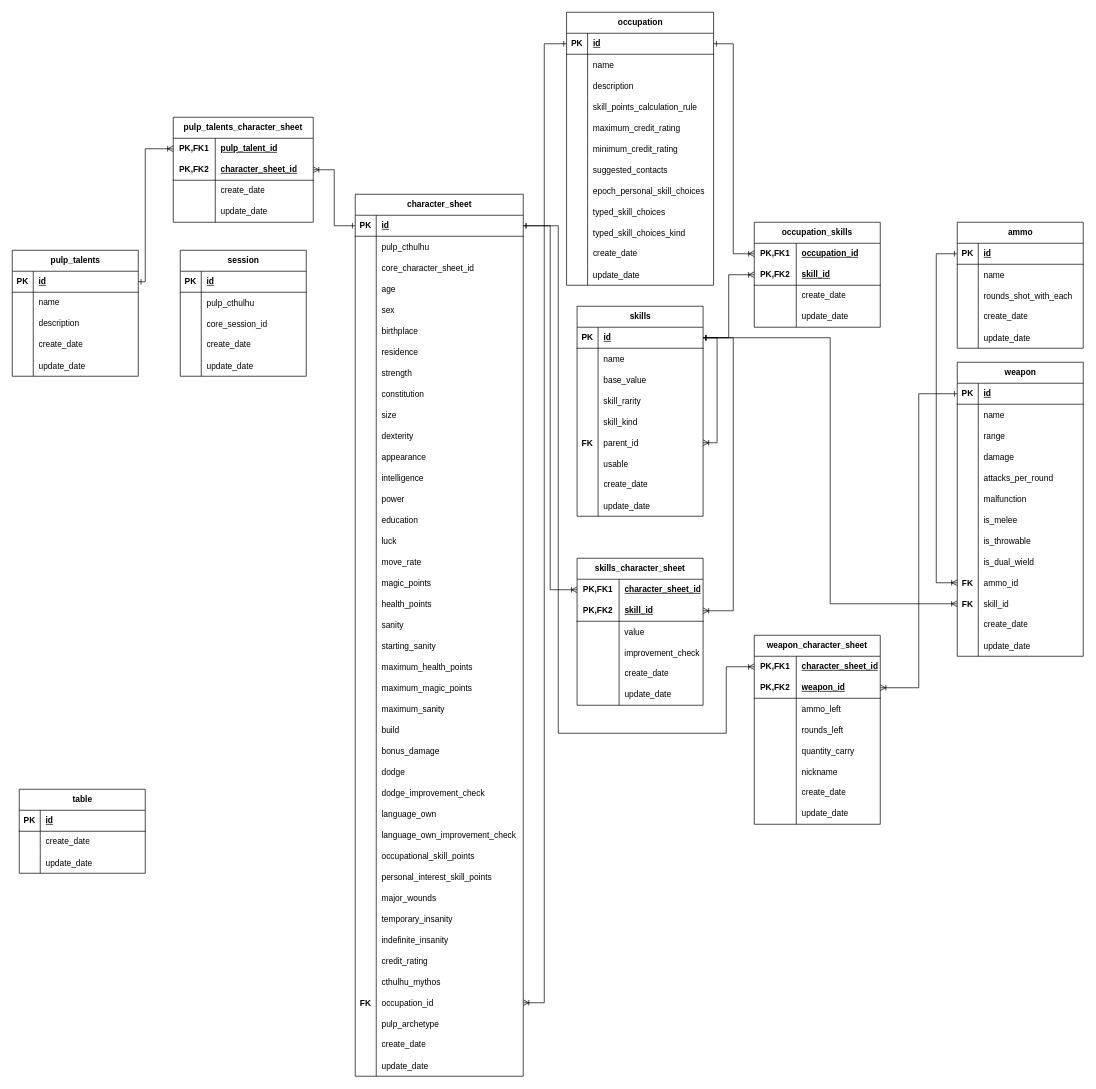
This is page "RPGTracker - Call of Cthulhu" (2 of 2) of databasemodel.drawio from hannaBanannaOF/hbsites-architecture, a draw.io file, before an edit. Source tidied: cells renumbered, new cells numbered last; positions are measured from the earlier drawing's top-left corner, leaving out a move shared by most shapes. Both pictures are drawn from the tidied source at 70%, with x=0, y=0 at pixel (12, 12).
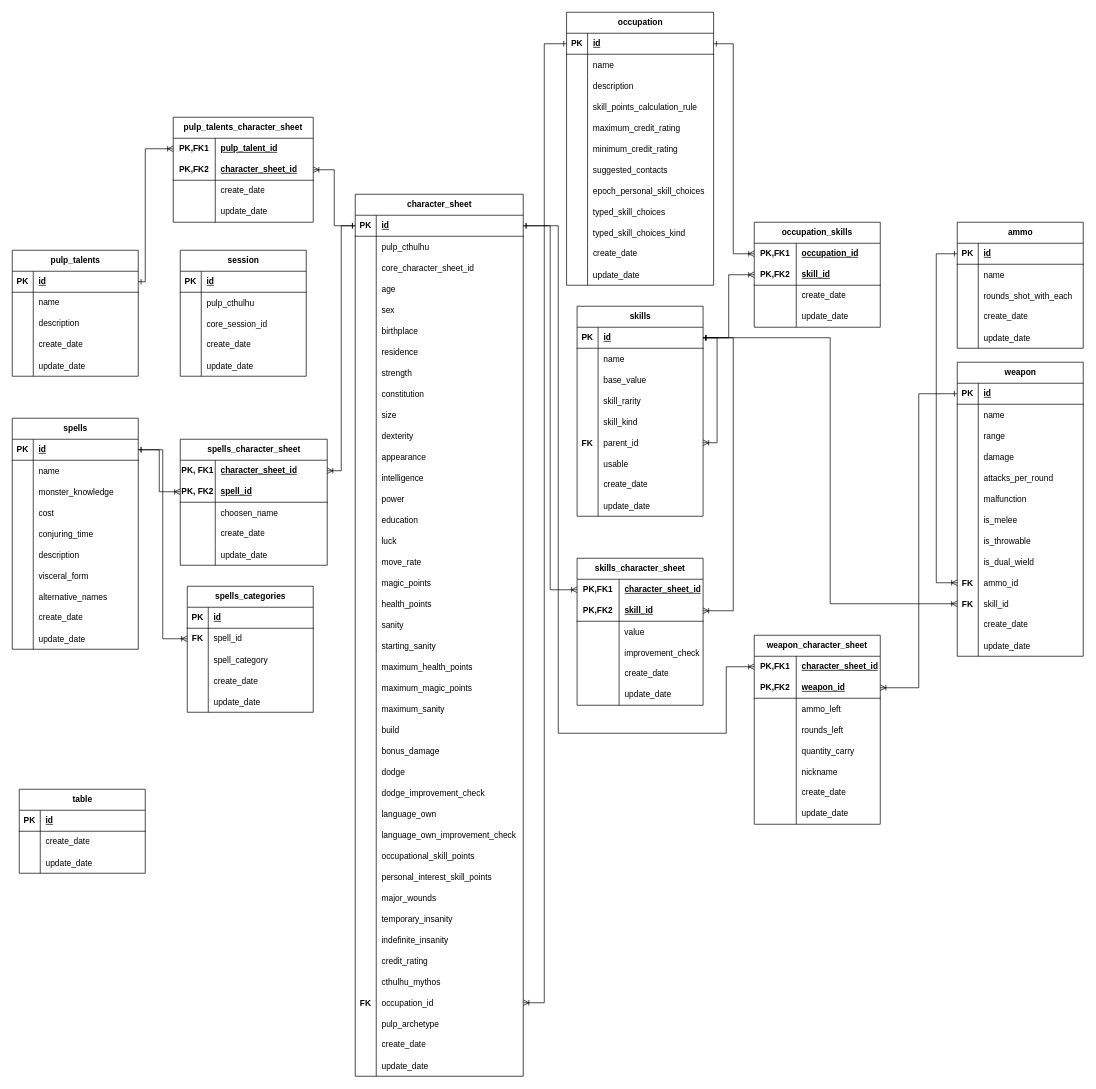
After the change.

The change refers to these unchanged cells:
```xml
<mxCell id="63" style="shape=tableRow;horizontal=0;startSize=0;swimlaneHead=0;swimlaneBody=0;fillColor=none;points=[[0,0.5],[1,0.5]];portConstraint=eastwest;top=0;left=0;right=0;bottom=1;" parent="62" vertex="1">
  <mxGeometry y="30" width="240" height="30" as="geometry" />
</mxCell>
```

The edit, as a diff of the source:
```diff
@@
+    <mxCell id="371" value="spells" style="shape=table;startSize=30;childLayout=tableLayout;rowLines=0;fontStyle=1;align=center;html=1;" parent="1" vertex="1">
+      <mxGeometry y="580" width="180" height="330" as="geometry" />
+    </mxCell>
+    <mxCell id="372" style="shape=tableRow;horizontal=0;startSize=0;swimlaneHead=0;swimlaneBody=0;fillColor=none;points=[[0,0.5],[1,0.5]];portConstraint=eastwest;top=0;left=0;right=0;bottom=1;" parent="371" vertex="1">
+      <mxGeometry y="30" width="180" height="30" as="geometry" />
+    </mxCell>
+    <mxCell id="373" value="PK" style="shape=partialRectangle;fillColor=none;top=0;left=0;bottom=0;right=0;fontStyle=1;overflow=hidden;whiteSpace=wrap;html=1;" parent="372" vertex="1">
+      <mxGeometry width="30" height="30" as="geometry" />
+    </mxCell>
+    <mxCell id="374" value="id" style="shape=partialRectangle;fillColor=none;top=0;left=0;bottom=0;right=0;align=left;spacingLeft=6;fontStyle=5;overflow=hidden;whiteSpace=wrap;html=1;" parent="372" vertex="1">
+      <mxGeometry x="30" width="150" height="30" as="geometry" />
+    </mxCell>
+    <mxCell id="375" style="shape=tableRow;horizontal=0;startSize=0;swimlaneHead=0;swimlaneBody=0;fillColor=none;top=0;left=0;right=0;bottom=0;" parent="371" vertex="1">
+      <mxGeometry y="60" width="180" height="30" as="geometry" />
+    </mxCell>
+    <mxCell id="376" style="shape=partialRectangle;fillColor=none;top=0;left=0;bottom=0;right=0;overflow=hidden;" parent="375" vertex="1">
+      <mxGeometry width="30" height="30" as="geometry" />
+    </mxCell>
+    <mxCell id="377" value="name" style="shape=partialRectangle;fillColor=none;top=0;left=0;bottom=0;right=0;align=left;spacingLeft=6;overflow=hidden;" parent="375" vertex="1">
+      <mxGeometry x="30" width="150" height="30" as="geometry" />
+    </mxCell>
+    <mxCell id="378" style="shape=tableRow;horizontal=0;startSize=0;swimlaneHead=0;swimlaneBody=0;fillColor=none;top=0;left=0;right=0;bottom=0;" parent="371" vertex="1">
+      <mxGeometry y="90" width="180" height="30" as="geometry" />
+    </mxCell>
+    <mxCell id="379" style="shape=partialRectangle;fillColor=none;top=0;left=0;bottom=0;right=0;overflow=hidden;" parent="378" vertex="1">
+      <mxGeometry width="30" height="30" as="geometry" />
+    </mxCell>
+    <mxCell id="380" value="monster_knowledge" style="shape=partialRectangle;fillColor=none;top=0;left=0;bottom=0;right=0;align=left;spacingLeft=6;overflow=hidden;" parent="378" vertex="1">
+      <mxGeometry x="30" width="150" height="30" as="geometry" />
+    </mxCell>
+    <mxCell id="381" style="shape=tableRow;horizontal=0;startSize=0;swimlaneHead=0;swimlaneBody=0;fillColor=none;top=0;left=0;right=0;bottom=0;" parent="371" vertex="1">
+      <mxGeometry y="120" width="180" height="30" as="geometry" />
+    </mxCell>
+    <mxCell id="382" style="shape=partialRectangle;fillColor=none;top=0;left=0;bottom=0;right=0;overflow=hidden;" parent="381" vertex="1">
+      <mxGeometry width="30" height="30" as="geometry" />
+    </mxCell>
+    <mxCell id="383" value="cost" style="shape=partialRectangle;fillColor=none;top=0;left=0;bottom=0;right=0;align=left;spacingLeft=6;overflow=hidden;" parent="381" vertex="1">
+      <mxGeometry x="30" width="150" height="30" as="geometry" />
+    </mxCell>
+    <mxCell id="384" style="shape=tableRow;horizontal=0;startSize=0;swimlaneHead=0;swimlaneBody=0;fillColor=none;top=0;left=0;right=0;bottom=0;" parent="371" vertex="1">
+      <mxGeometry y="150" width="180" height="30" as="geometry" />
+    </mxCell>
+    <mxCell id="385" style="shape=partialRectangle;fillColor=none;top=0;left=0;bottom=0;right=0;overflow=hidden;" parent="384" vertex="1">
+      <mxGeometry width="30" height="30" as="geometry" />
+    </mxCell>
+    <mxCell id="386" value="conjuring_time" style="shape=partialRectangle;fillColor=none;top=0;left=0;bottom=0;right=0;align=left;spacingLeft=6;overflow=hidden;" parent="384" vertex="1">
+      <mxGeometry x="30" width="150" height="30" as="geometry" />
+    </mxCell>
+    <mxCell id="387" style="shape=tableRow;horizontal=0;startSize=0;swimlaneHead=0;swimlaneBody=0;fillColor=none;top=0;left=0;right=0;bottom=0;" parent="371" vertex="1">
+      <mxGeometry y="180" width="180" height="30" as="geometry" />
+    </mxCell>
+    <mxCell id="388" style="shape=partialRectangle;fillColor=none;top=0;left=0;bottom=0;right=0;overflow=hidden;" parent="387" vertex="1">
+      <mxGeometry width="30" height="30" as="geometry" />
+    </mxCell>
+    <mxCell id="389" value="description" style="shape=partialRectangle;fillColor=none;top=0;left=0;bottom=0;right=0;align=left;spacingLeft=6;overflow=hidden;" parent="387" vertex="1">
+      <mxGeometry x="30" width="150" height="30" as="geometry" />
+    </mxCell>
+    <mxCell id="390" style="shape=tableRow;horizontal=0;startSize=0;swimlaneHead=0;swimlaneBody=0;fillColor=none;top=0;left=0;right=0;bottom=0;" parent="371" vertex="1">
+      <mxGeometry y="210" width="180" height="30" as="geometry" />
+    </mxCell>
+    <mxCell id="391" style="shape=partialRectangle;fillColor=none;top=0;left=0;bottom=0;right=0;overflow=hidden;" parent="390" vertex="1">
+      <mxGeometry width="30" height="30" as="geometry" />
+    </mxCell>
+    <mxCell id="392" value="visceral_form" style="shape=partialRectangle;fillColor=none;top=0;left=0;bottom=0;right=0;align=left;spacingLeft=6;overflow=hidden;" parent="390" vertex="1">
+      <mxGeometry x="30" width="150" height="30" as="geometry" />
+    </mxCell>
+    <mxCell id="393" style="shape=tableRow;horizontal=0;startSize=0;swimlaneHead=0;swimlaneBody=0;fillColor=none;top=0;left=0;right=0;bottom=0;" parent="371" vertex="1">
+      <mxGeometry y="240" width="180" height="30" as="geometry" />
+    </mxCell>
+    <mxCell id="394" style="shape=partialRectangle;fillColor=none;top=0;left=0;bottom=0;right=0;overflow=hidden;" parent="393" vertex="1">
+      <mxGeometry width="30" height="30" as="geometry" />
+    </mxCell>
+    <mxCell id="395" value="alternative_names" style="shape=partialRectangle;fillColor=none;top=0;left=0;bottom=0;right=0;align=left;spacingLeft=6;overflow=hidden;" parent="393" vertex="1">
+      <mxGeometry x="30" width="150" height="30" as="geometry" />
+    </mxCell>
+    <mxCell id="396" style="shape=tableRow;horizontal=0;startSize=0;swimlaneHead=0;swimlaneBody=0;fillColor=none;top=0;left=0;right=0;bottom=0;" parent="371" vertex="1">
+      <mxGeometry y="270" width="180" height="30" as="geometry" />
+    </mxCell>
+    <mxCell id="397" style="shape=partialRectangle;fillColor=none;top=0;left=0;bottom=0;right=0;overflow=hidden;whiteSpace=wrap;html=1;" parent="396" vertex="1">
+      <mxGeometry width="30" height="30" as="geometry" />
+    </mxCell>
+    <mxCell id="398" value="create_date" style="shape=partialRectangle;fillColor=none;top=0;left=0;bottom=0;right=0;align=left;spacingLeft=6;overflow=hidden;whiteSpace=wrap;html=1;" parent="396" vertex="1">
+      <mxGeometry x="30" width="150" height="30" as="geometry" />
+    </mxCell>
+    <mxCell id="399" style="shape=tableRow;horizontal=0;startSize=0;swimlaneHead=0;swimlaneBody=0;fillColor=none;top=0;left=0;right=0;bottom=0;" parent="371" vertex="1">
+      <mxGeometry y="300" width="180" height="30" as="geometry" />
+    </mxCell>
+    <mxCell id="400" style="shape=partialRectangle;fillColor=none;top=0;left=0;bottom=0;right=0;overflow=hidden;" parent="399" vertex="1">
+      <mxGeometry width="30" height="30" as="geometry" />
+    </mxCell>
+    <mxCell id="401" value="update_date" style="shape=partialRectangle;fillColor=none;top=0;left=0;bottom=0;right=0;align=left;spacingLeft=6;overflow=hidden;" parent="399" vertex="1">
+      <mxGeometry x="30" width="150" height="30" as="geometry" />
+    </mxCell>
+    <mxCell id="402" value="spells_categories" style="shape=table;startSize=30;childLayout=tableLayout;rowLines=0;fontStyle=1;align=center;html=1;" parent="1" vertex="1">
+      <mxGeometry x="250" y="820" width="180" height="180" as="geometry" />
+    </mxCell>
+    <mxCell id="403" style="shape=tableRow;horizontal=0;startSize=0;swimlaneHead=0;swimlaneBody=0;fillColor=none;top=0;left=0;right=0;bottom=1;" parent="402" vertex="1">
+      <mxGeometry y="30" width="180" height="30" as="geometry" />
+    </mxCell>
+    <mxCell id="404" value="PK" style="shape=partialRectangle;fillColor=none;top=0;left=0;bottom=0;right=0;fontStyle=1;overflow=hidden;whiteSpace=wrap;html=1;" parent="403" vertex="1">
+      <mxGeometry width="30" height="30" as="geometry" />
+    </mxCell>
+    <mxCell id="405" value="id" style="shape=partialRectangle;fillColor=none;top=0;left=0;bottom=0;right=0;align=left;spacingLeft=6;fontStyle=5;overflow=hidden;whiteSpace=wrap;html=1;" parent="403" vertex="1">
+      <mxGeometry x="30" width="150" height="30" as="geometry" />
+    </mxCell>
+    <mxCell id="406" style="shape=tableRow;horizontal=0;startSize=0;swimlaneHead=0;swimlaneBody=0;fillColor=none;points=[[0,0.5],[1,0.5]];portConstraint=eastwest;top=0;left=0;right=0;bottom=0;" parent="402" vertex="1">
+      <mxGeometry y="60" width="180" height="30" as="geometry" />
+    </mxCell>
+    <mxCell id="407" value="FK" style="shape=partialRectangle;fillColor=none;top=0;left=0;bottom=0;right=0;overflow=hidden;whiteSpace=wrap;html=1;fontStyle=1;" parent="406" vertex="1">
+      <mxGeometry width="30" height="30" as="geometry" />
+    </mxCell>
+    <mxCell id="408" value="spell_id" style="shape=partialRectangle;fillColor=none;top=0;left=0;bottom=0;right=0;align=left;spacingLeft=6;overflow=hidden;whiteSpace=wrap;html=1;" parent="406" vertex="1">
+      <mxGeometry x="30" width="150" height="30" as="geometry" />
+    </mxCell>
+    <mxCell id="409" style="shape=tableRow;horizontal=0;startSize=0;swimlaneHead=0;swimlaneBody=0;fillColor=none;top=0;left=0;right=0;bottom=0;" parent="402" vertex="1">
+      <mxGeometry y="90" width="180" height="30" as="geometry" />
+    </mxCell>
+    <mxCell id="410" style="shape=partialRectangle;fillColor=none;top=0;left=0;bottom=0;right=0;overflow=hidden;" parent="409" vertex="1">
+      <mxGeometry width="30" height="30" as="geometry" />
+    </mxCell>
+    <mxCell id="411" value="spell_category" style="shape=partialRectangle;fillColor=none;top=0;left=0;bottom=0;right=0;align=left;spacingLeft=6;overflow=hidden;" parent="409" vertex="1">
+      <mxGeometry x="30" width="150" height="30" as="geometry" />
+    </mxCell>
+    <mxCell id="412" style="shape=tableRow;horizontal=0;startSize=0;swimlaneHead=0;swimlaneBody=0;fillColor=none;top=0;left=0;right=0;bottom=0;" parent="402" vertex="1">
+      <mxGeometry y="120" width="180" height="30" as="geometry" />
+    </mxCell>
+    <mxCell id="413" style="shape=partialRectangle;fillColor=none;top=0;left=0;bottom=0;right=0;overflow=hidden;" parent="412" vertex="1">
+      <mxGeometry width="30" height="30" as="geometry" />
+    </mxCell>
+    <mxCell id="414" value="create_date" style="shape=partialRectangle;fillColor=none;top=0;left=0;bottom=0;right=0;align=left;spacingLeft=6;overflow=hidden;" parent="412" vertex="1">
+      <mxGeometry x="30" width="150" height="30" as="geometry" />
+    </mxCell>
+    <mxCell id="415" style="shape=tableRow;horizontal=0;startSize=0;swimlaneHead=0;swimlaneBody=0;fillColor=none;top=0;left=0;right=0;bottom=0;" parent="402" vertex="1">
+      <mxGeometry y="150" width="180" height="30" as="geometry" />
+    </mxCell>
+    <mxCell id="416" style="shape=partialRectangle;fillColor=none;top=0;left=0;bottom=0;right=0;overflow=hidden;" parent="415" vertex="1">
+      <mxGeometry width="30" height="30" as="geometry" />
+    </mxCell>
+    <mxCell id="417" value="update_date" style="shape=partialRectangle;fillColor=none;top=0;left=0;bottom=0;right=0;align=left;spacingLeft=6;overflow=hidden;" parent="415" vertex="1">
+      <mxGeometry x="30" width="150" height="30" as="geometry" />
+    </mxCell>
+    <mxCell id="418" style="edgeStyle=orthogonalEdgeStyle;rounded=0;jettySize=auto;html=1;exitX=1;exitY=0.5;exitDx=0;exitDy=0;entryX=0;entryY=0.5;entryDx=0;entryDy=0;endArrow=ERoneToMany;endFill=0;startArrow=ERone;startFill=0;" parent="1" edge="1" source="372" target="406">
+      <mxGeometry relative="1" as="geometry" />
+    </mxCell>
+    <mxCell id="419" value="spells_character_sheet" style="shape=table;startSize=30;childLayout=tableLayout;rowLines=0;fontStyle=1;align=center;html=1;" parent="1" vertex="1">
+      <mxGeometry x="240" y="610" width="210" height="180" as="geometry" />
+    </mxCell>
+    <mxCell id="420" style="shape=tableRow;horizontal=0;startSize=0;swimlaneHead=0;swimlaneBody=0;fillColor=none;points=[[0,0.5],[1,0.5]];portConstraint=eastwest;top=0;left=0;right=0;bottom=0;" parent="419" vertex="1">
+      <mxGeometry y="30" width="210" height="30" as="geometry" />
+    </mxCell>
+    <mxCell id="421" value="&lt;b&gt;PK, FK1&lt;/b&gt;" style="shape=partialRectangle;fillColor=none;top=0;left=0;bottom=0;right=0;fontStyle=0;overflow=hidden;whiteSpace=wrap;html=1;" parent="420" vertex="1">
+      <mxGeometry width="50" height="30" as="geometry" />
+    </mxCell>
+    <mxCell id="422" value="&lt;b&gt;&lt;u&gt;character_sheet_id&lt;/u&gt;&lt;/b&gt;" style="shape=partialRectangle;fillColor=none;top=0;left=0;bottom=0;right=0;align=left;spacingLeft=6;fontStyle=0;overflow=hidden;whiteSpace=wrap;html=1;" parent="420" vertex="1">
+      <mxGeometry x="50" width="160" height="30" as="geometry" />
+    </mxCell>
+    <mxCell id="423" style="shape=tableRow;horizontal=0;startSize=0;swimlaneHead=0;swimlaneBody=0;fillColor=none;points=[[0,0.5],[1,0.5]];portConstraint=eastwest;top=0;left=0;right=0;bottom=1;" parent="419" vertex="1">
+      <mxGeometry y="60" width="210" height="30" as="geometry" />
+    </mxCell>
+    <mxCell id="424" value="PK, FK2" style="shape=partialRectangle;fillColor=none;top=0;left=0;bottom=0;right=0;fontStyle=1;overflow=hidden;whiteSpace=wrap;html=1;" parent="423" vertex="1">
+      <mxGeometry width="50" height="30" as="geometry" />
+    </mxCell>
+    <mxCell id="425" value="spell_id" style="shape=partialRectangle;fillColor=none;top=0;left=0;bottom=0;right=0;align=left;spacingLeft=6;fontStyle=5;overflow=hidden;whiteSpace=wrap;html=1;" parent="423" vertex="1">
+      <mxGeometry x="50" width="160" height="30" as="geometry" />
+    </mxCell>
+    <mxCell id="426" style="shape=tableRow;horizontal=0;startSize=0;swimlaneHead=0;swimlaneBody=0;fillColor=none;top=0;left=0;right=0;bottom=0;" parent="419" vertex="1">
+      <mxGeometry y="90" width="210" height="30" as="geometry" />
+    </mxCell>
+    <mxCell id="427" style="shape=partialRectangle;fillColor=none;top=0;left=0;bottom=0;right=0;overflow=hidden;" parent="426" vertex="1">
+      <mxGeometry width="50" height="30" as="geometry" />
+    </mxCell>
+    <mxCell id="428" value="choosen_name" style="shape=partialRectangle;fillColor=none;top=0;left=0;bottom=0;right=0;align=left;spacingLeft=6;overflow=hidden;" parent="426" vertex="1">
+      <mxGeometry x="50" width="160" height="30" as="geometry" />
+    </mxCell>
+    <mxCell id="429" style="shape=tableRow;horizontal=0;startSize=0;swimlaneHead=0;swimlaneBody=0;fillColor=none;top=0;left=0;right=0;bottom=0;" parent="419" vertex="1">
+      <mxGeometry y="120" width="210" height="30" as="geometry" />
+    </mxCell>
+    <mxCell id="430" style="shape=partialRectangle;fillColor=none;top=0;left=0;bottom=0;right=0;overflow=hidden;whiteSpace=wrap;html=1;" parent="429" vertex="1">
+      <mxGeometry width="50" height="30" as="geometry" />
+    </mxCell>
+    <mxCell id="431" value="create_date" style="shape=partialRectangle;fillColor=none;top=0;left=0;bottom=0;right=0;align=left;spacingLeft=6;overflow=hidden;whiteSpace=wrap;html=1;" parent="429" vertex="1">
+      <mxGeometry x="50" width="160" height="30" as="geometry" />
+    </mxCell>
+    <mxCell id="432" style="shape=tableRow;horizontal=0;startSize=0;swimlaneHead=0;swimlaneBody=0;fillColor=none;top=0;left=0;right=0;bottom=0;" parent="419" vertex="1">
+      <mxGeometry y="150" width="210" height="30" as="geometry" />
+    </mxCell>
+    <mxCell id="433" style="shape=partialRectangle;fillColor=none;top=0;left=0;bottom=0;right=0;overflow=hidden;" parent="432" vertex="1">
+      <mxGeometry width="50" height="30" as="geometry" />
+    </mxCell>
+    <mxCell id="434" value="update_date" style="shape=partialRectangle;fillColor=none;top=0;left=0;bottom=0;right=0;align=left;spacingLeft=6;overflow=hidden;" parent="432" vertex="1">
+      <mxGeometry x="50" width="160" height="30" as="geometry" />
+    </mxCell>
+    <mxCell id="435" style="edgeStyle=orthogonalEdgeStyle;rounded=0;jettySize=auto;html=1;exitX=0;exitY=0.5;exitDx=0;exitDy=0;entryX=1;entryY=0.5;entryDx=0;entryDy=0;endArrow=ERoneToMany;endFill=0;startArrow=ERone;startFill=0;" parent="1" edge="1" source="63" target="420">
+      <mxGeometry relative="1" as="geometry" />
+    </mxCell>
+    <mxCell id="436" style="edgeStyle=orthogonalEdgeStyle;rounded=0;jettySize=auto;html=1;exitX=1;exitY=0.5;exitDx=0;exitDy=0;entryX=0;entryY=0.5;entryDx=0;entryDy=0;endArrow=ERoneToMany;endFill=0;startArrow=ERone;startFill=0;" parent="1" edge="1" source="372" target="423">
+      <mxGeometry relative="1" as="geometry" />
+    </mxCell>
```
